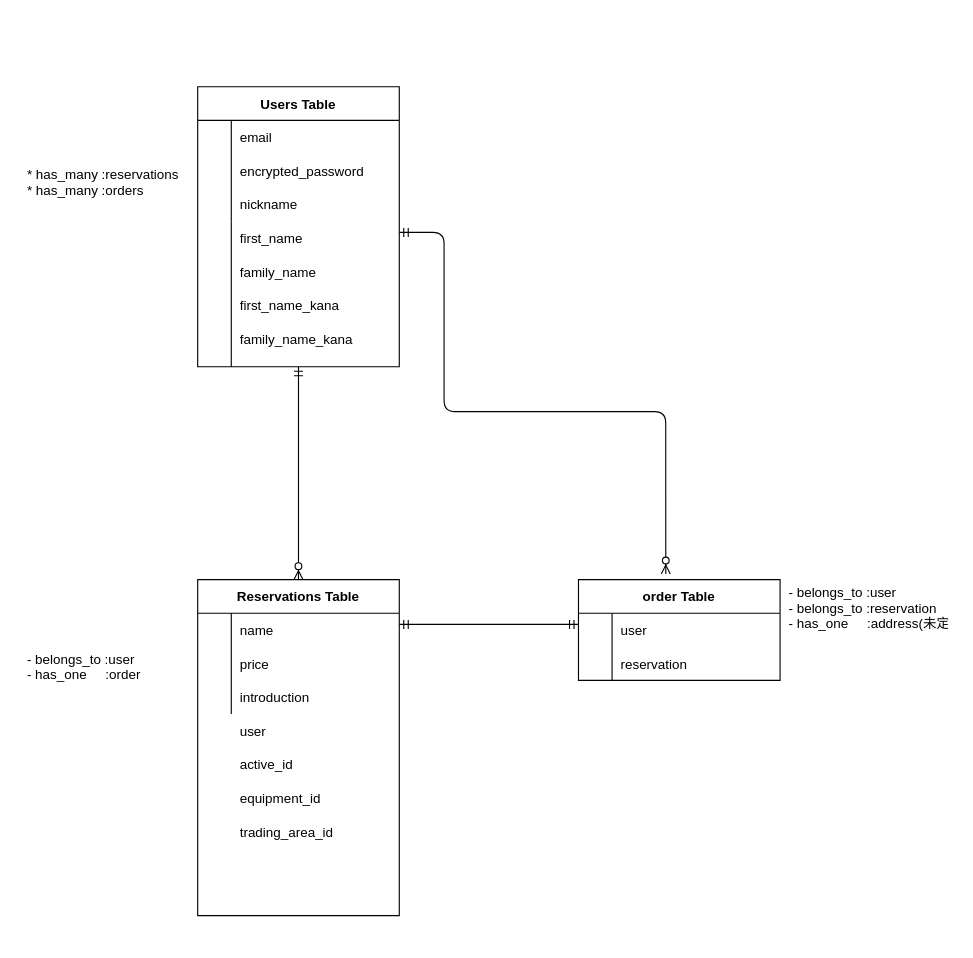
Hiro0608/pavie-38192 keeps this draw.io diagram as test.dio. Above is the earlier version. Source tidied: cells renumbered, new cells numbered last; positions are measured from the earlier drawing's top-left corner, leaving out a move shared by most shapes. Both pictures are drawn from the tidied source at 112%, with x=0, y=0 at pixel (18, 86).
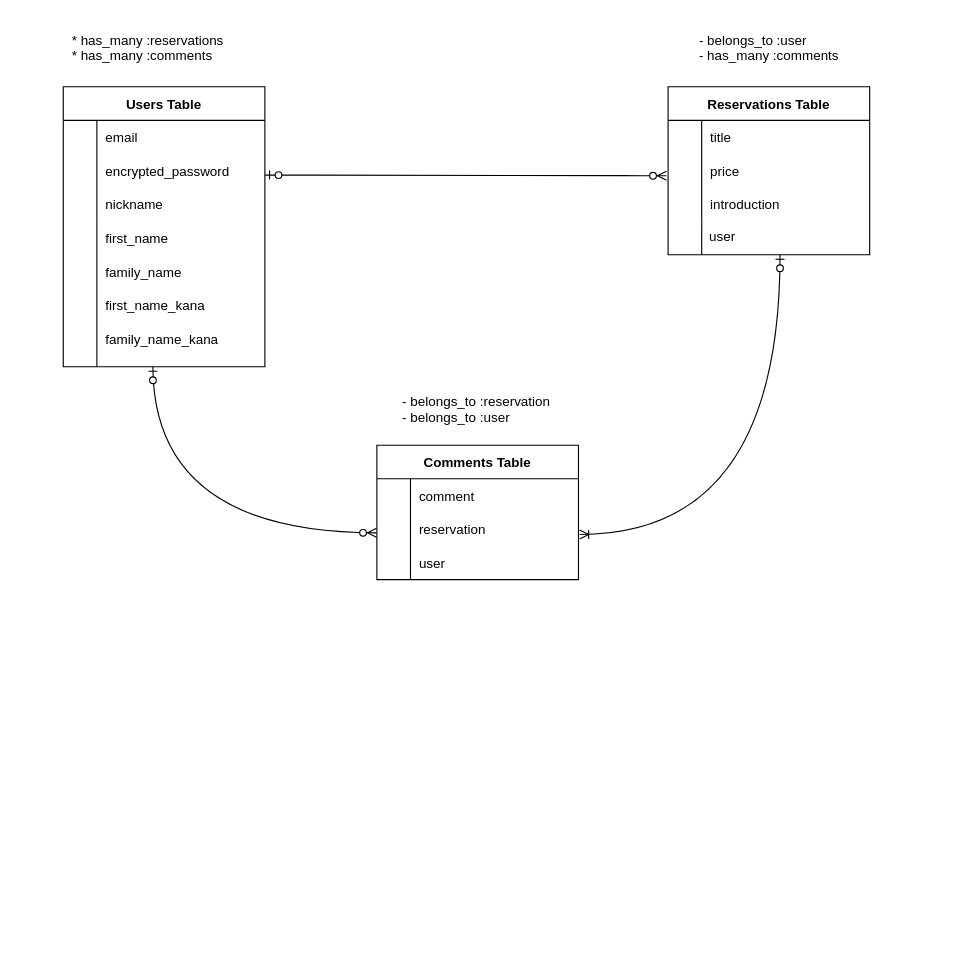
Above is the later version.

The change refers to these unchanged cells:
```xml
<mxCell id="6" style="shape=partialRectangle;fillColor=none;top=0;left=0;bottom=0;right=0;points=[[0,0.5],[1,0.5]];portConstraint=eastwest;" parent="2" vertex="1">
  <mxGeometry y="60" width="180" height="30" as="geometry" />
</mxCell>
<mxCell id="18" style="shape=partialRectangle;fillColor=none;top=0;left=0;bottom=0;right=0;" parent="17" vertex="1">
  <mxGeometry y="30" width="180" height="30" as="geometry" />
</mxCell>
<mxCell id="21" style="shape=partialRectangle;fillColor=none;top=0;left=0;bottom=0;right=0;points=[[0,0.5],[1,0.5]];portConstraint=eastwest;" parent="17" vertex="1">
  <mxGeometry y="60" width="180" height="30" as="geometry" />
</mxCell>
<mxCell id="24" style="shape=partialRectangle;fillColor=none;top=0;left=0;bottom=0;right=0;points=[[0,0.5],[1,0.5]];portConstraint=eastwest;" parent="17" vertex="1">
  <mxGeometry y="90" width="180" height="30" as="geometry" />
</mxCell>
```

The edit, as a diff of the source:
```diff
@@
     <mxCell id="2" value="Users Table" style="shape=table;startSize=30;childLayout=tableLayout;rowLines=0;fontStyle=1;align=center;" parent="1" vertex="1">
-      <mxGeometry x="160" width="180" height="250" as="geometry" />
+      <mxGeometry x="40" width="180" height="250" as="geometry" />
     </mxCell>
@@
     <mxCell id="12" value="first_name" style="shape=partialRectangle;fillColor=none;top=0;left=0;bottom=0;right=0;align=left;spacingLeft=6;overflow=hidden;" parent="1" vertex="1">
-      <mxGeometry x="190" y="120" width="210" height="30" as="geometry" />
+      <mxGeometry x="70" y="120" width="210" height="30" as="geometry" />
     </mxCell>
     <mxCell id="13" value="family_name " style="shape=partialRectangle;fillColor=none;top=0;left=0;bottom=0;right=0;align=left;spacingLeft=6;overflow=hidden;" parent="1" vertex="1">
-      <mxGeometry x="190" y="150" width="150" height="30" as="geometry" />
+      <mxGeometry x="70" y="150" width="150" height="30" as="geometry" />
     </mxCell>
     <mxCell id="14" value="first_name_kana " style="shape=partialRectangle;fillColor=none;top=0;left=0;bottom=0;right=0;align=left;spacingLeft=6;overflow=hidden;" parent="1" vertex="1">
-      <mxGeometry x="190" y="180" width="150" height="30" as="geometry" />
+      <mxGeometry x="70" y="180" width="150" height="30" as="geometry" />
     </mxCell>
     <mxCell id="15" value="family_name_kana" style="shape=partialRectangle;fillColor=none;top=0;left=0;bottom=0;right=0;align=left;spacingLeft=6;overflow=hidden;" parent="1" vertex="1">
-      <mxGeometry x="190" y="210" width="150" height="30" as="geometry" />
+      <mxGeometry x="70" y="210" width="150" height="30" as="geometry" />
     </mxCell>
-    <mxCell id="16" value="* has_many :reservations&#10;* has_many :orders" style="shape=partialRectangle;fillColor=none;top=0;left=0;bottom=0;right=0;align=left;spacingLeft=6;overflow=hidden;" parent="1" vertex="1">
-      <mxGeometry y="70" width="150" height="30" as="geometry" />
+    <mxCell id="16" value="* has_many :reservations&#10;* has_many :comments" style="shape=partialRectangle;fillColor=none;top=0;left=0;bottom=0;right=0;align=left;spacingLeft=6;overflow=hidden;" parent="1" vertex="1">
+      <mxGeometry x="40" y="-50" width="150" height="30" as="geometry" />
     </mxCell>
     <mxCell id="17" value="Reservations Table" style="shape=table;startSize=30;childLayout=tableLayout;rowLines=0;fontStyle=1;align=center;" parent="1" vertex="1">
-      <mxGeometry x="160" y="440" width="180" height="300" as="geometry" />
+      <mxGeometry x="580" width="180" height="150" as="geometry" />
     </mxCell>
@@
-    <mxCell id="20" value="name" style="shape=partialRectangle;fillColor=none;top=0;left=0;bottom=0;right=0;align=left;spacingLeft=6;overflow=hidden;" parent="18" vertex="1">
+    <mxCell id="20" value="title" style="shape=partialRectangle;fillColor=none;top=0;left=0;bottom=0;right=0;align=left;spacingLeft=6;overflow=hidden;" parent="18" vertex="1">
       <mxGeometry x="30" width="150" height="30" as="geometry" />
     </mxCell>
@@
-    <mxCell id="27" value="user" style="shape=partialRectangle;fillColor=none;top=0;left=0;bottom=0;right=0;align=left;spacingLeft=6;overflow=hidden;" parent="1" vertex="1">
-      <mxGeometry x="190" y="560" width="150" height="30" as="geometry" />
-    </mxCell>
-    <mxCell id="28" value="active_id" style="shape=partialRectangle;fillColor=none;top=0;left=0;bottom=0;right=0;align=left;spacingLeft=6;overflow=hidden;" parent="1" vertex="1">
-      <mxGeometry x="190" y="590" width="150" height="30" as="geometry" />
-    </mxCell>
-    <mxCell id="29" value="equipment_id" style="shape=partialRectangle;fillColor=none;top=0;left=0;bottom=0;right=0;align=left;spacingLeft=6;overflow=hidden;" parent="1" vertex="1">
-      <mxGeometry x="190" y="620" width="150" height="30" as="geometry" />
+    <mxCell id="29" style="shape=partialRectangle;fillColor=none;top=0;left=0;bottom=0;right=0;align=left;spacingLeft=6;overflow=hidden;" parent="1" vertex="1">
+      <mxGeometry x="50" y="730" width="150" height="30" as="geometry" />
     </mxCell>
-    <mxCell id="30" value="trading_area_id" style="shape=partialRectangle;fillColor=none;top=0;left=0;bottom=0;right=0;align=left;spacingLeft=6;overflow=hidden;" parent="1" vertex="1">
-      <mxGeometry x="190" y="650" width="150" height="30" as="geometry" />
-    </mxCell>
-    <mxCell id="31" style="fontSize=12;html=1;endArrow=ERzeroToMany;startArrow=ERmandOne;exitX=0.5;exitY=1;exitDx=0;exitDy=0;entryX=0.5;entryY=0;entryDx=0;entryDy=0;" parent="1" edge="1" source="2" target="17">
-      <mxGeometry relative="1" as="geometry" />
-    </mxCell>
-    <mxCell id="32" value="- belongs_to :user&#10;- has_one     :order" style="shape=partialRectangle;fillColor=none;top=0;left=0;bottom=0;right=0;align=left;spacingLeft=6;overflow=hidden;" parent="1" vertex="1">
-      <mxGeometry y="500" width="150" height="35" as="geometry" />
+    <mxCell id="32" value="- belongs_to :reservation&#10;- belongs_to :user" style="shape=partialRectangle;fillColor=none;top=0;left=0;bottom=0;right=0;align=left;spacingLeft=6;overflow=hidden;" parent="1" vertex="1">
+      <mxGeometry x="335" y="270" width="150" height="35" as="geometry" />
     </mxCell>
+    <mxCell id="40" value="- belongs_to :user&#10;- has_many :comments" style="shape=partialRectangle;fillColor=none;top=0;left=0;bottom=0;right=0;align=left;spacingLeft=6;overflow=hidden;" parent="1" vertex="1">
+      <mxGeometry x="600" y="-60" width="150" height="50" as="geometry" />
+    </mxCell>
+    <mxCell id="43" style="endArrow=none;html=1;rounded=0;" parent="1" edge="1">
+      <mxGeometry relative="1" as="geometry">
+        <mxPoint x="70" y="120" as="sourcePoint" />
+        <mxPoint x="70" y="250" as="targetPoint" />
+      </mxGeometry>
+    </mxCell>
+    <mxCell id="44" style="html=1;align=right;verticalAlign=bottom;" parent="43" vertex="1">
+      <mxGeometry x="1" relative="1" as="geometry" />
+    </mxCell>
+    <mxCell id="45" value="user" style="text;whiteSpace=wrap;html=1;" parent="1" vertex="1">
+      <mxGeometry x="615" y="120" width="145" height="30" as="geometry" />
+    </mxCell>
+    <mxCell id="46" style="endArrow=none;html=1;entryX=0.167;entryY=1;entryDx=0;entryDy=0;entryPerimeter=0;" parent="1" edge="1" target="24">
+      <mxGeometry relative="1" as="geometry">
+        <mxPoint x="610" y="150" as="sourcePoint" />
+      </mxGeometry>
+    </mxCell>
+    <mxCell id="47" style="edgeStyle=entityRelationEdgeStyle;fontSize=12;html=1;endArrow=ERzeroToMany;startArrow=ERzeroToOne;entryX=-0.008;entryY=0.646;entryDx=0;entryDy=0;entryPerimeter=0;exitX=1.001;exitY=0.628;exitDx=0;exitDy=0;exitPerimeter=0;" parent="1" edge="1" source="6" target="21">
+      <mxGeometry relative="1" as="geometry" />
+    </mxCell>
+    <mxCell id="48" style="fontSize=12;html=1;endArrow=ERzeroToMany;startArrow=ERzeroToOne;entryX=-0.002;entryY=0.608;entryDx=0;entryDy=0;entryPerimeter=0;edgeStyle=orthogonalEdgeStyle;curved=1;" parent="1" edge="1" target="34">
+      <mxGeometry relative="1" as="geometry">
+        <mxPoint x="120" y="250" as="sourcePoint" />
+      </mxGeometry>
+    </mxCell>
-    <mxCell id="33" value="order Table" style="shape=table;startSize=30;childLayout=tableLayout;rowLines=0;fontStyle=1;align=center;" parent="1" vertex="1">
-      <mxGeometry x="500" y="440" width="180" height="90" as="geometry" />
+    <mxCell id="33" value="Comments Table" style="shape=table;startSize=30;childLayout=tableLayout;rowLines=0;fontStyle=1;align=center;" parent="1" vertex="1">
+      <mxGeometry x="320" y="320" width="180" height="120" as="geometry" />
     </mxCell>
+    <mxCell id="37" style="shape=partialRectangle;fillColor=none;top=0;left=0;bottom=0;right=0;" parent="33" vertex="1">
+      <mxGeometry y="30" width="180" height="30" as="geometry" />
+    </mxCell>
+    <mxCell id="38" style="shape=partialRectangle;fillColor=none;top=0;left=0;bottom=0;right=0;overflow=hidden;" parent="37" vertex="1">
+      <mxGeometry width="30" height="30" as="geometry" />
+    </mxCell>
+    <mxCell id="39" value="comment" style="shape=partialRectangle;fillColor=none;top=0;left=0;bottom=0;right=0;align=left;spacingLeft=6;overflow=hidden;" parent="37" vertex="1">
+      <mxGeometry x="30" width="150" height="30" as="geometry" />
+    </mxCell>
     <mxCell id="34" style="shape=partialRectangle;fillColor=none;top=0;left=0;bottom=0;right=0;points=[[0,0.5],[1,0.5]];portConstraint=eastwest;" parent="33" vertex="1">
-      <mxGeometry y="30" width="180" height="30" as="geometry" />
+      <mxGeometry y="60" width="180" height="30" as="geometry" />
     </mxCell>
@@
-    <mxCell id="36" value="user" style="shape=partialRectangle;fillColor=none;top=0;left=0;bottom=0;right=0;align=left;spacingLeft=6;overflow=hidden;" parent="34" vertex="1">
+    <mxCell id="36" value="reservation" style="shape=partialRectangle;fillColor=none;top=0;left=0;bottom=0;right=0;align=left;spacingLeft=6;overflow=hidden;" parent="34" vertex="1">
       <mxGeometry x="30" width="150" height="30" as="geometry" />
     </mxCell>
-    <mxCell id="37" style="shape=partialRectangle;fillColor=none;top=0;left=0;bottom=0;right=0;" parent="33" vertex="1">
-      <mxGeometry y="60" width="180" height="30" as="geometry" />
-    </mxCell>
-    <mxCell id="38" style="shape=partialRectangle;fillColor=none;top=0;left=0;bottom=0;right=0;overflow=hidden;" parent="37" vertex="1">
-      <mxGeometry width="30" height="30" as="geometry" />
-    </mxCell>
-    <mxCell id="39" value="reservation" style="shape=partialRectangle;fillColor=none;top=0;left=0;bottom=0;right=0;align=left;spacingLeft=6;overflow=hidden;" parent="37" vertex="1">
-      <mxGeometry x="30" width="150" height="30" as="geometry" />
-    </mxCell>
-    <mxCell id="40" value="- belongs_to :user&#10;- belongs_to :reservation&#10;- has_one     :address(未定)" style="shape=partialRectangle;fillColor=none;top=0;left=0;bottom=0;right=0;align=left;spacingLeft=6;overflow=hidden;" parent="1" vertex="1">
-      <mxGeometry x="680" y="440" width="150" height="50" as="geometry" />
-    </mxCell>
-    <mxCell id="41" style="edgeStyle=entityRelationEdgeStyle;fontSize=12;html=1;endArrow=ERmandOne;startArrow=ERmandOne;" parent="1" edge="1">
-      <mxGeometry relative="1" as="geometry">
-        <mxPoint x="340" y="480" as="sourcePoint" />
-        <mxPoint x="500" y="480" as="targetPoint" />
-      </mxGeometry>
-    </mxCell>
-    <mxCell id="42" style="edgeStyle=orthogonalEdgeStyle;fontSize=12;html=1;endArrow=ERzeroToMany;startArrow=ERmandOne;entryX=0.433;entryY=-0.056;entryDx=0;entryDy=0;entryPerimeter=0;" parent="1" edge="1" target="33">
-      <mxGeometry relative="1" as="geometry">
-        <mxPoint x="340" y="130" as="sourcePoint" />
-        <Array as="points">
-          <mxPoint x="380" y="130" />
-          <mxPoint x="380" y="290" />
-          <mxPoint x="578" y="290" />
-        </Array>
-      </mxGeometry>
-    </mxCell>
-    <mxCell id="43" style="endArrow=none;html=1;rounded=0;" parent="1" edge="1">
-      <mxGeometry relative="1" as="geometry">
-        <mxPoint x="190" y="120" as="sourcePoint" />
-        <mxPoint x="190" y="250" as="targetPoint" />
-      </mxGeometry>
-    </mxCell>
-    <mxCell id="44" style="html=1;align=right;verticalAlign=bottom;" parent="43" vertex="1">
-      <mxGeometry x="1" relative="1" as="geometry" />
-    </mxCell>
+    <mxCell id="49" style="fontSize=12;html=1;endArrow=ERoneToMany;startArrow=ERzeroToOne;exitX=0.448;exitY=1;exitDx=0;exitDy=0;exitPerimeter=0;entryX=1.006;entryY=0.657;entryDx=0;entryDy=0;entryPerimeter=0;edgeStyle=orthogonalEdgeStyle;curved=1;" parent="1" edge="1" source="45" target="34">
+      <mxGeometry relative="1" as="geometry" />
+    </mxCell>
+    <mxCell id="27" value="user" style="shape=partialRectangle;fillColor=none;top=0;left=0;bottom=0;right=0;align=left;spacingLeft=6;overflow=hidden;" parent="1" vertex="1">
+      <mxGeometry x="350" y="410" width="150" height="30" as="geometry" />
+    </mxCell>
+    <mxCell id="50" style="endArrow=none;html=1;curved=1;" parent="1" edge="1">
+      <mxGeometry relative="1" as="geometry">
+        <mxPoint x="350" y="440" as="sourcePoint" />
+        <mxPoint x="350" y="410" as="targetPoint" />
+      </mxGeometry>
+    </mxCell>
```
